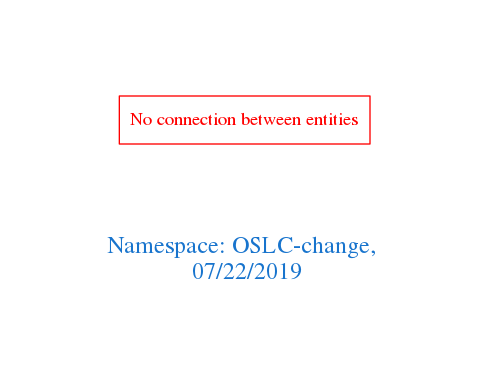
The Graphviz diagram downloads/OSLC-change.png in arago/OGIT, before a commit. Its source is kept beside it as downloads/OSLC-change.dot.
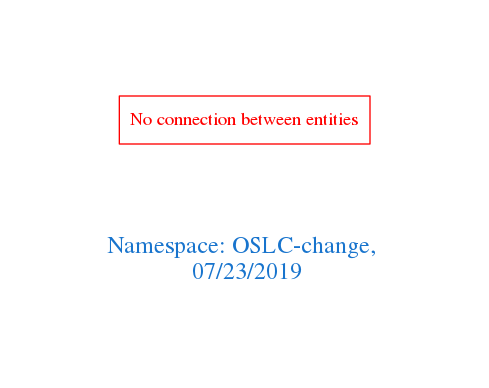
After the commit.

The edit, as a diff of the source:
```diff
@@ -1,7 +1,7 @@
 digraph OGIT_ontology {
  graph [ rankdir= LR,pad=1
 fontsize = 18,
-fontcolor= dodgerblue3,label = "\n\n\nNamespace: OSLC-change, \n 07/22/2019"];
+fontcolor= dodgerblue3,label = "\n\n\nNamespace: OSLC-change, \n 07/23/2019"];
 node[shape=polygon];
 edge [  color="gray81"];
 
```
